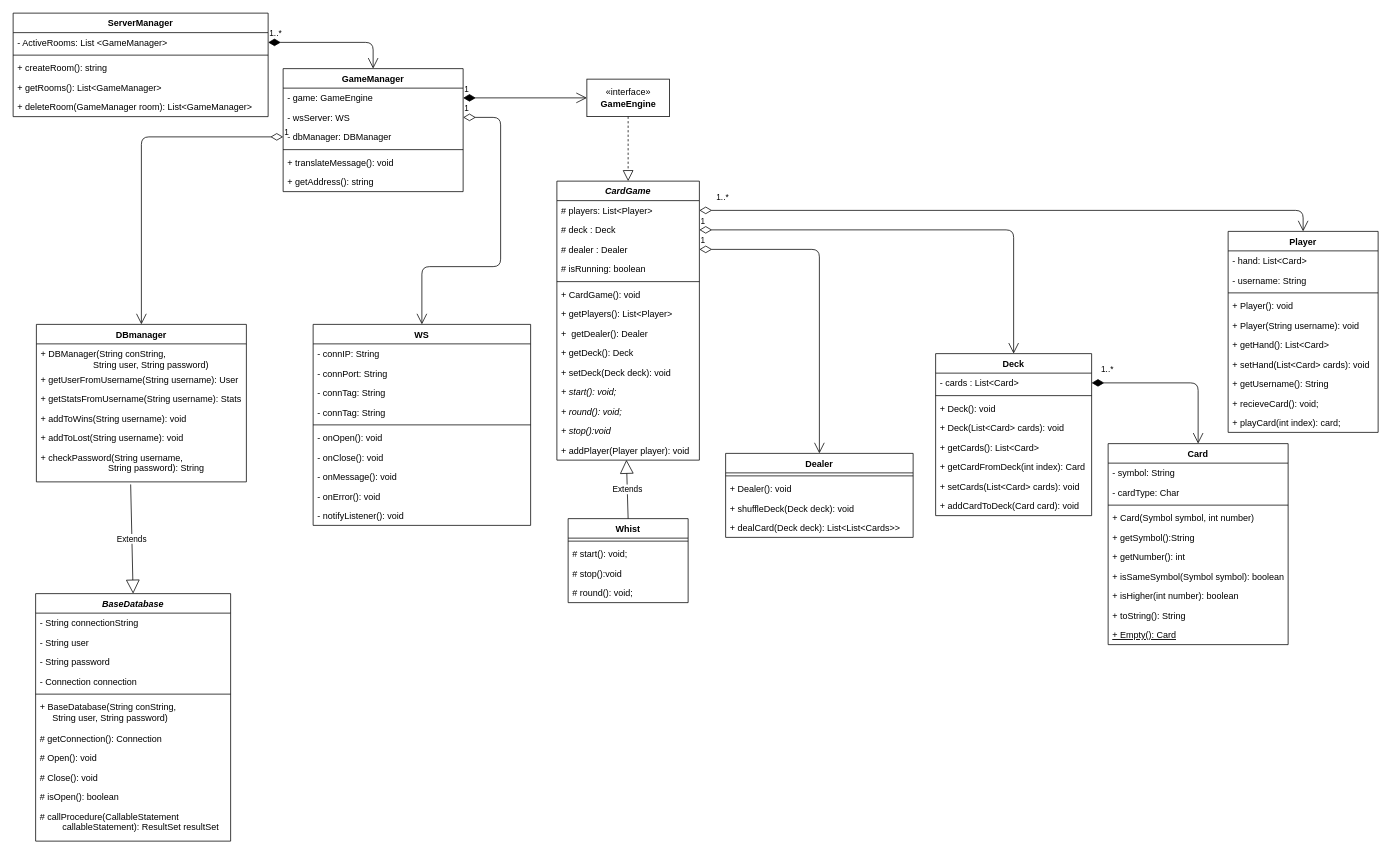
This is Dokumentation/KlasseDiagram.drawio from MarcusBou/KortKlubben, a draw.io file, before an edit. Source tidied: cells renumbered, new cells numbered last; positions are measured from the earlier drawing's top-left corner, leaving out a move shared by most shapes. Both pictures are drawn from the tidied source at 75%, with x=0, y=0 at pixel (13, 13).
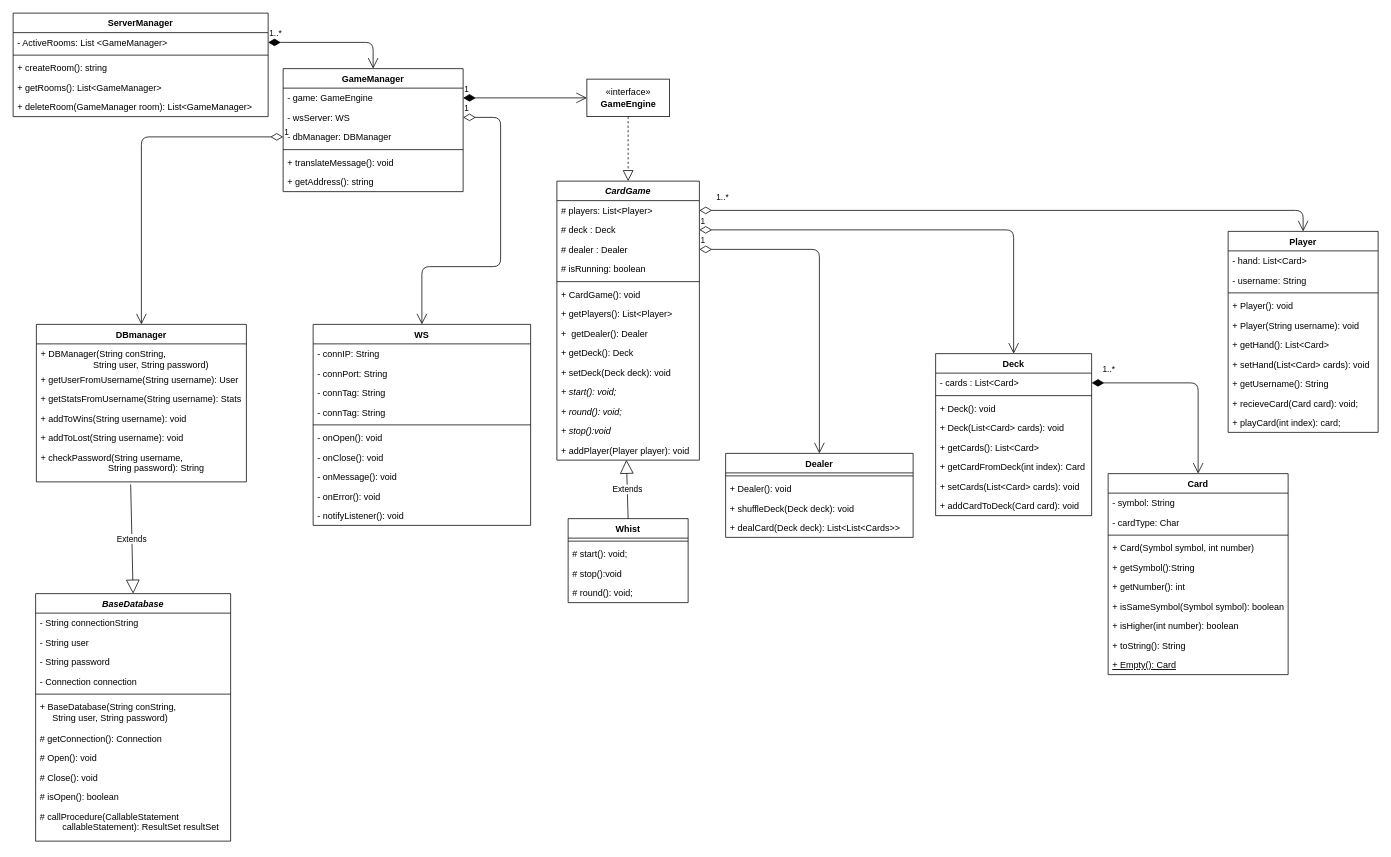
The same page after the edit.

Unchanged cells that the change refers to:
```xml
<mxCell id="2" value="Player" style="swimlane;fontStyle=1;align=center;verticalAlign=top;horizontal=1;startSize=26;" parent="1" vertex="1">
  <mxGeometry x="1620" y="291" width="200" height="268" as="geometry" />
</mxCell>
```

Diff of the diagram source:
```diff
@@
-    <mxCell id="11" value="+ recieveCard(): void;" style="text;strokeColor=none;fillColor=none;align=left;verticalAlign=top;spacingLeft=4;spacingRight=4;overflow=hidden;" parent="2" vertex="1">
+    <mxCell id="11" value="+ recieveCard(Card card): void;" style="text;strokeColor=none;fillColor=none;align=left;verticalAlign=top;spacingLeft=4;spacingRight=4;overflow=hidden;" parent="2" vertex="1">
       <mxGeometry y="216" width="200" height="26" as="geometry" />
     </mxCell>
@@
     <mxCell id="28" value="Card" style="swimlane;fontStyle=1;align=center;verticalAlign=top;horizontal=1;startSize=26;" parent="1" vertex="1">
-      <mxGeometry x="1460" y="574" width="240" height="268" as="geometry" />
+      <mxGeometry x="1460" y="614" width="240" height="268" as="geometry" />
     </mxCell>
```
